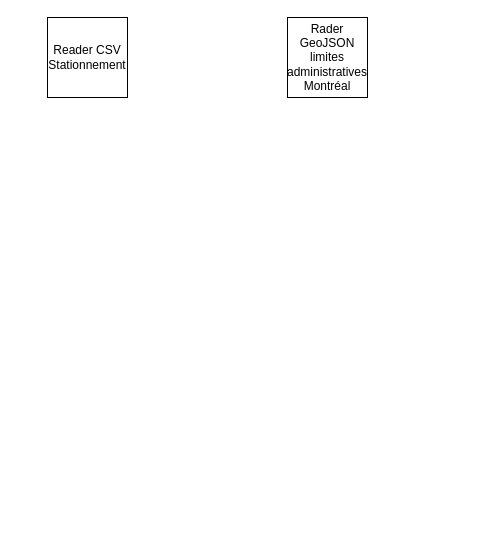
Earlier version of the draw.io diagram TP2/Schéma/Untitled Diagram.drawio (Lorry139/geo7630h25). Source tidied: cells renumbered, new cells numbered last; positions are measured from the earlier drawing's top-left corner, leaving out a move shared by most shapes. Both pictures are drawn from the tidied source at 100%, with x=0, y=0 at pixel (47, 17).
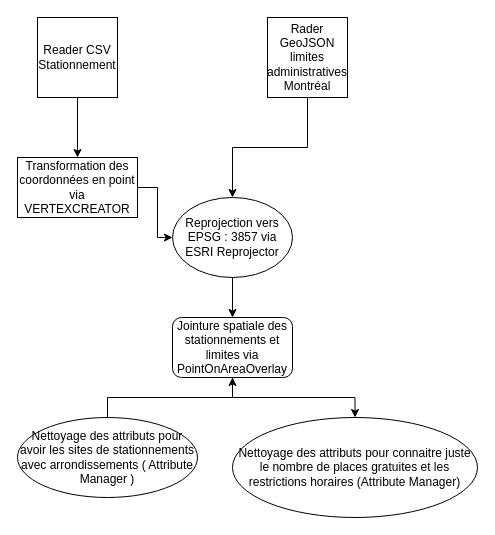
After the change.

Diff of the diagram source:
```diff
@@
 <mxGraphModel>
   <root>
     <mxCell id="0" />
     <mxCell id="1" parent="0" />
+    <mxCell id="5" style="edgeStyle=orthogonalEdgeStyle;rounded=0;jettySize=auto;html=1;" parent="1" edge="1" source="2" target="10">
+      <mxGeometry relative="1" as="geometry" />
+    </mxCell>
     <mxCell id="2" value="Reader CSV Stationnement" style="whiteSpace=wrap;html=1;" parent="1" vertex="1">
-      <mxGeometry width="80" height="80" as="geometry" />
+      <mxGeometry x="-10" width="80" height="80" as="geometry" />
     </mxCell>
+    <mxCell id="6" style="edgeStyle=orthogonalEdgeStyle;rounded=0;jettySize=auto;html=1;" parent="1" edge="1" source="3" target="8">
+      <mxGeometry relative="1" as="geometry" />
+    </mxCell>
     <mxCell id="3" value="Rader GeoJSON limites administratives Montréal" style="whiteSpace=wrap;html=1;" parent="1" vertex="1">
-      <mxGeometry x="240" width="80" height="80" as="geometry" />
+      <mxGeometry x="220" width="80" height="80" as="geometry" />
     </mxCell>
     <mxCell id="4" style="edgeStyle=orthogonalEdgeStyle;rounded=0;orthogonalLoop=1;jettySize=auto;html=1;exitX=0.5;exitY=1;exitDx=0;exitDy=0;" parent="1" edge="1" source="2" target="2">
       <mxGeometry relative="1" as="geometry" />
     </mxCell>
+    <mxCell id="7" style="edgeStyle=orthogonalEdgeStyle;rounded=0;jettySize=auto;html=1;" parent="1" edge="1" source="8" target="12">
+      <mxGeometry relative="1" as="geometry" />
+    </mxCell>
+    <mxCell id="8" value="Reprojection vers EPSG : 3857 via ESRI Reprojector" style="ellipse;whiteSpace=wrap;html=1;" parent="1" vertex="1">
+      <mxGeometry x="125" y="180" width="120" height="80" as="geometry" />
+    </mxCell>
+    <mxCell id="9" style="edgeStyle=orthogonalEdgeStyle;rounded=0;jettySize=auto;html=1;" parent="1" edge="1" source="10" target="8">
+      <mxGeometry relative="1" as="geometry" />
+    </mxCell>
+    <mxCell id="10" value="Transformation des coordonnées en point via VERTEXCREATOR" style="rounded=0;whiteSpace=wrap;html=1;" parent="1" vertex="1">
+      <mxGeometry x="-30" y="140" width="120" height="60" as="geometry" />
+    </mxCell>
+    <mxCell id="11" style="edgeStyle=orthogonalEdgeStyle;rounded=0;jettySize=auto;html=1;" parent="1" edge="1" source="12" target="13">
+      <mxGeometry relative="1" as="geometry" />
+    </mxCell>
+    <mxCell id="12" value="Jointure spatiale des stationnements et limites via PointOnAreaOverlay" style="rounded=1;whiteSpace=wrap;html=1;" parent="1" vertex="1">
+      <mxGeometry x="125" y="300" width="120" height="60" as="geometry" />
+    </mxCell>
+    <mxCell id="13" value="Nettoyage des attributs pour connaitre juste le nombre de places gratuites et les restrictions horaires (Attribute Manager)" style="ellipse;whiteSpace=wrap;html=1;" parent="1" vertex="1">
+      <mxGeometry x="185" y="400" width="245" height="100" as="geometry" />
+    </mxCell>
+    <mxCell id="14" style="edgeStyle=orthogonalEdgeStyle;rounded=0;jettySize=auto;html=1;" parent="1" edge="1" source="15" target="12">
+      <mxGeometry relative="1" as="geometry" />
+    </mxCell>
+    <mxCell id="15" value="Nettoyage des attributs pour avoir les sites de stationnements avec arrondissements ( Attribute Manager )" style="ellipse;whiteSpace=wrap;html=1;" parent="1" vertex="1">
+      <mxGeometry x="-30" y="400" width="180" height="80" as="geometry" />
+    </mxCell>
   </root>
 </mxGraphModel>
```
